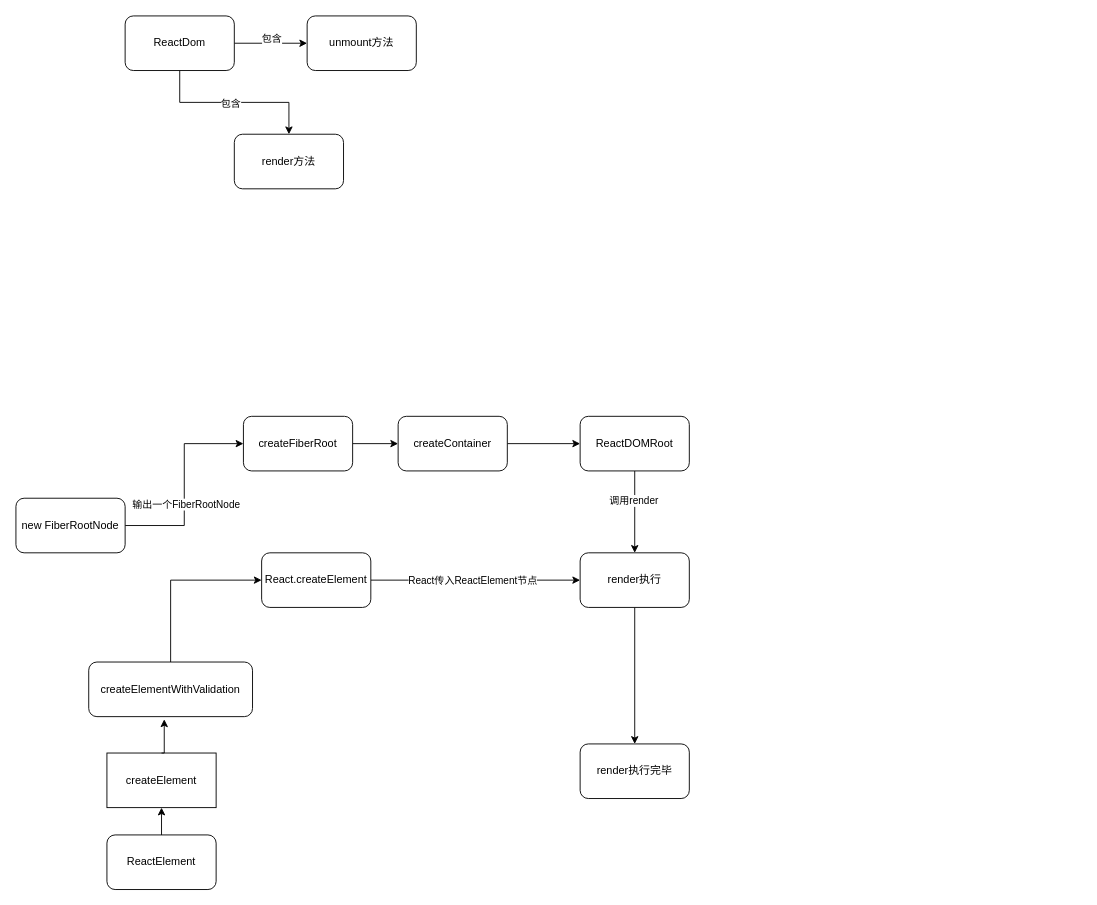
Earlier version of the draw.io diagram React/proj/未命名绘图.drawio (linround/gitBook). Source tidied: cells renumbered, new cells numbered last; positions are measured from the earlier drawing's top-left corner, leaving out a move shared by most shapes. Both pictures are drawn from the tidied source at 91%, with x=0, y=0 at pixel (15, 15).
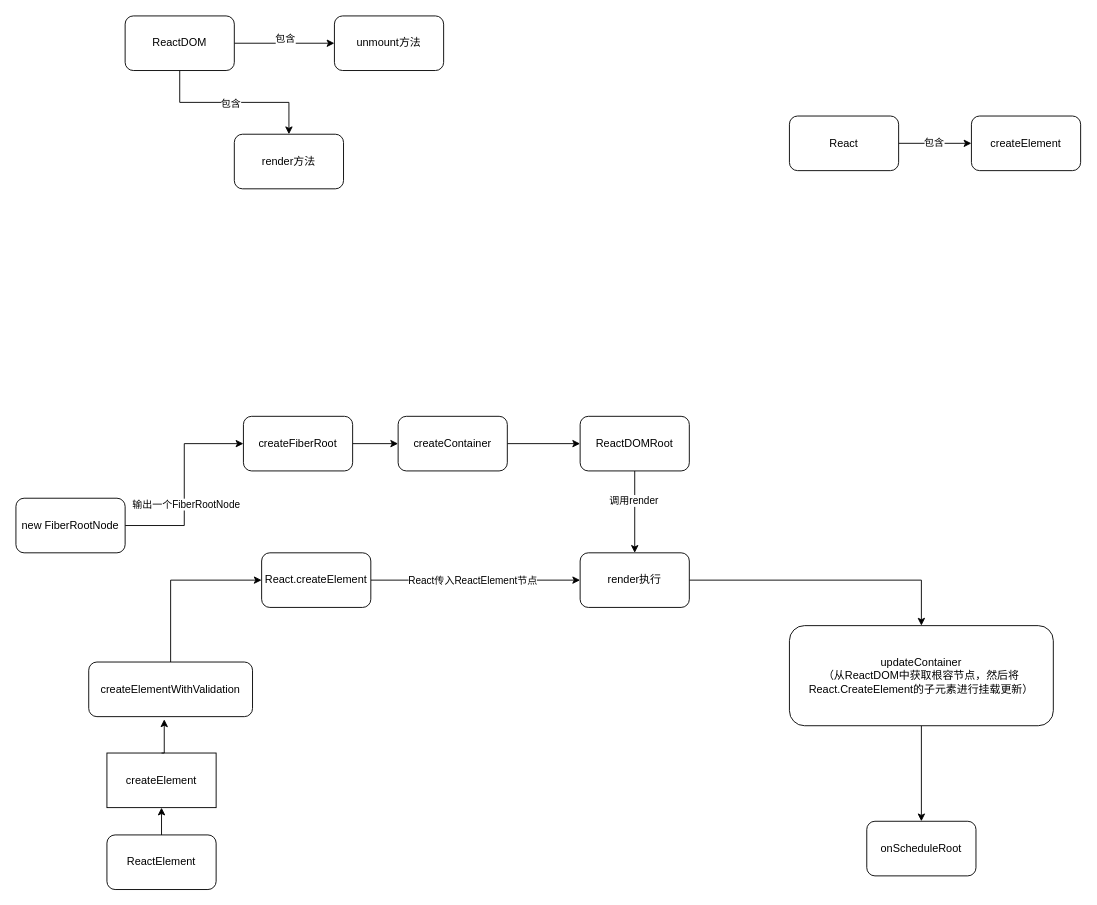
Above is the later version.

Commit message:
更新未命名绘图.drawio

Diff of the diagram source:
```diff
@@
+    <mxCell id="31" style="edgeStyle=orthogonalEdgeStyle;rounded=0;jettySize=auto;html=1;" parent="1" edge="1" source="14" target="36">
+      <mxGeometry relative="1" as="geometry" />
+    </mxCell>
-    <mxCell id="14" value="render执行完毕" style="whiteSpace=wrap;html=1;rounded=1;" parent="1" vertex="1">
-      <mxGeometry x="620" y="800" width="120" height="60" as="geometry" />
+    <mxCell id="14" value="updateContainer&lt;br&gt;（从ReactDOM中获取根容节点，然后将React.CreateElement的子元素进行挂载更新）" style="whiteSpace=wrap;html=1;rounded=1;" parent="1" vertex="1">
+      <mxGeometry x="850" y="670" width="290" height="110" as="geometry" />
     </mxCell>
@@
-    <mxCell id="28" value="ReactDom" style="rounded=1;whiteSpace=wrap;html=1;" parent="1" vertex="1">
+    <mxCell id="28" value="ReactDOM" style="rounded=1;whiteSpace=wrap;html=1;" parent="1" vertex="1">
       <mxGeometry x="120" width="120" height="60" as="geometry" />
     </mxCell>
@@
     <mxCell id="30" value="unmount方法" style="whiteSpace=wrap;html=1;rounded=1;" parent="1" vertex="1">
-      <mxGeometry x="320" width="120" height="60" as="geometry" />
+      <mxGeometry x="350" width="120" height="60" as="geometry" />
     </mxCell>
+    <mxCell id="32" style="edgeStyle=orthogonalEdgeStyle;rounded=0;jettySize=auto;html=1;" parent="1" edge="1" source="34" target="35">
+      <mxGeometry relative="1" as="geometry" />
+    </mxCell>
+    <mxCell id="33" value="包含" style="edgeLabel;html=1;align=center;verticalAlign=middle;" parent="32" vertex="1">
+      <mxGeometry x="-0.05" y="2" relative="1" as="geometry" />
+    </mxCell>
+    <mxCell id="34" value="React" style="rounded=1;whiteSpace=wrap;html=1;" parent="1" vertex="1">
+      <mxGeometry x="850" y="110" width="120" height="60" as="geometry" />
+    </mxCell>
+    <mxCell id="35" value="createElement" style="whiteSpace=wrap;html=1;rounded=1;" parent="1" vertex="1">
+      <mxGeometry x="1050" y="110" width="120" height="60" as="geometry" />
+    </mxCell>
+    <mxCell id="36" value="onScheduleRoot" style="whiteSpace=wrap;html=1;rounded=1;" parent="1" vertex="1">
+      <mxGeometry x="935" y="885" width="120" height="60" as="geometry" />
+    </mxCell>
```
